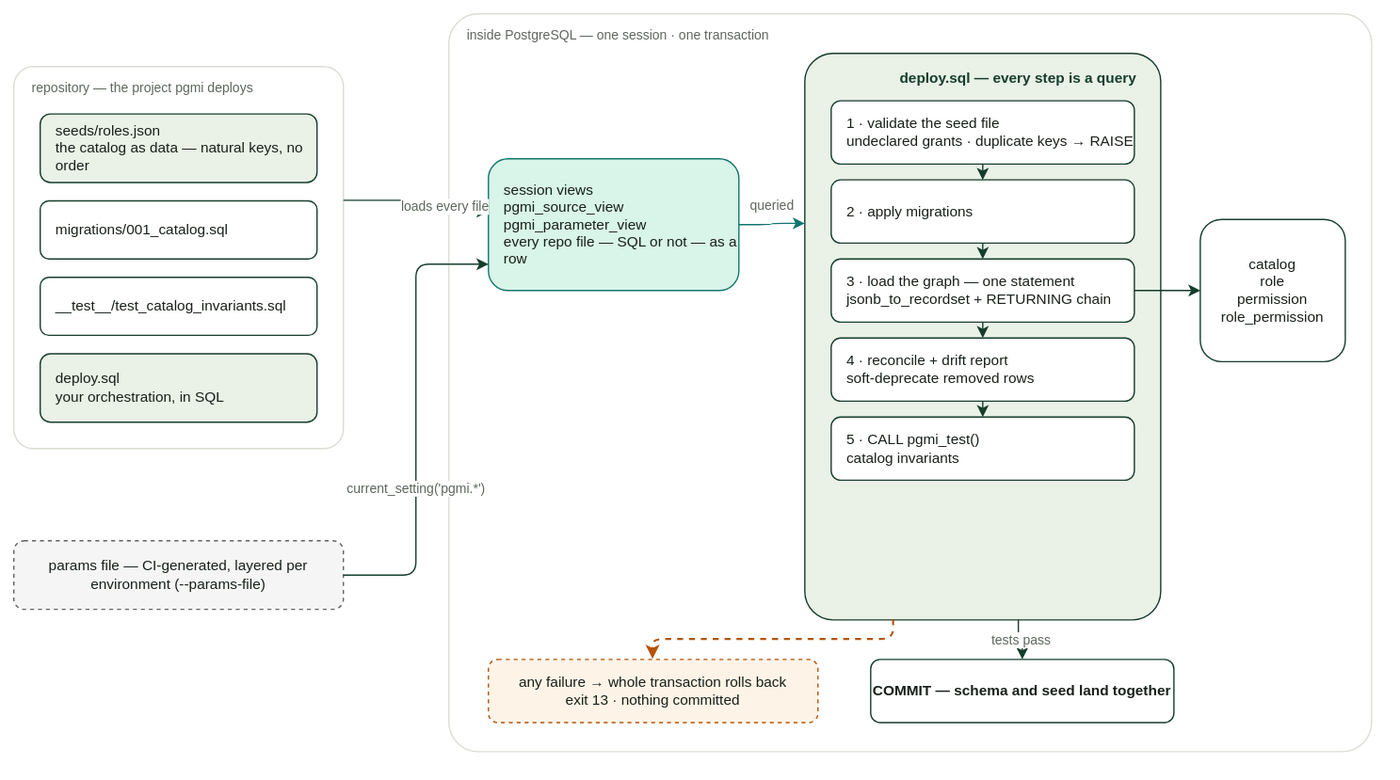
This is docs/diagrams/a02-seed-data-flow.drawio.svg from vvka-141/pgmi, a draw.io export, as it was before one commit. Source tidied: cells renumbered, new cells last; positions are measured from the earlier drawing's top-left corner, leaving out a move shared by most shapes.
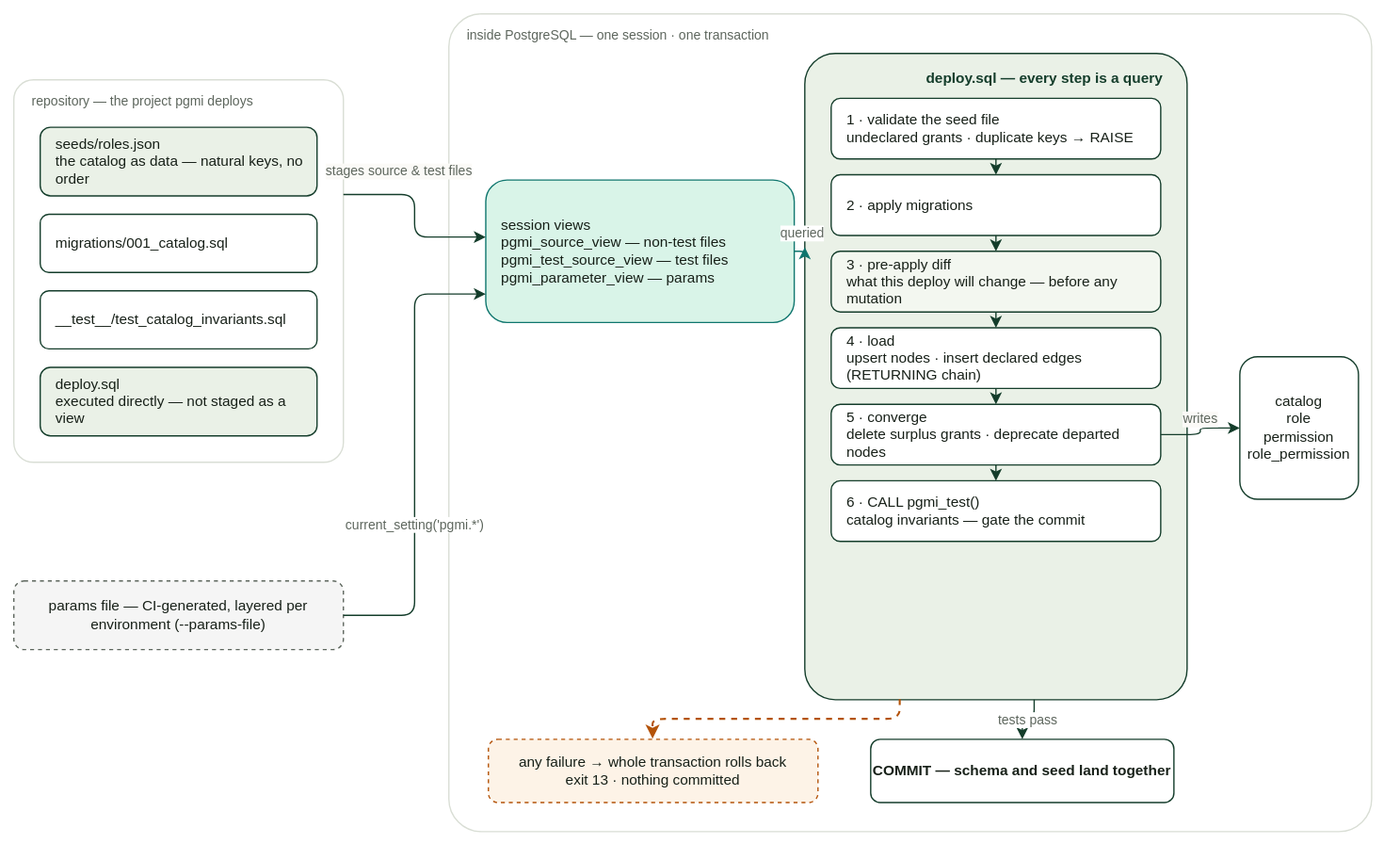
Later version of the same file.

The edit, as a diff of the source:
```diff
@@ -3,58 +3,61 @@
     <mxCell id="0" />
     <mxCell id="1" parent="0" />
     <mxCell id="2" value="repository — the project pgmi deploys" style="rounded=1;arcSize=6;whiteSpace=wrap;html=1;fillColor=none;strokeColor=#d9ded5;verticalAlign=top;align=left;spacingLeft=12;spacingTop=4;fontColor=#5d665d;fontSize=10;" parent="1" vertex="1">
-      <mxGeometry y="40" width="250" height="290" as="geometry" />
+      <mxGeometry y="50" width="250" height="290" as="geometry" />
     </mxCell>
     <mxCell id="3" value="seeds/roles.json&#10;the catalog as data — natural keys, no order" style="rounded=1;whiteSpace=wrap;html=1;fillColor=#eaf1e7;strokeColor=#143d2b;fontColor=#172018;fontSize=11;align=left;spacingLeft=10;" parent="1" vertex="1">
-      <mxGeometry x="20" y="76" width="210" height="52" as="geometry" />
+      <mxGeometry x="20" y="86" width="210" height="52" as="geometry" />
     </mxCell>
     <mxCell id="4" value="migrations/001_catalog.sql" style="rounded=1;whiteSpace=wrap;html=1;fillColor=#ffffff;strokeColor=#143d2b;fontColor=#172018;fontSize=11;align=left;spacingLeft=10;" parent="1" vertex="1">
-      <mxGeometry x="20" y="142" width="210" height="44" as="geometry" />
+      <mxGeometry x="20" y="152" width="210" height="44" as="geometry" />
     </mxCell>
     <mxCell id="5" value="__test__/test_catalog_invariants.sql" style="rounded=1;whiteSpace=wrap;html=1;fillColor=#ffffff;strokeColor=#143d2b;fontColor=#172018;fontSize=11;align=left;spacingLeft=10;" parent="1" vertex="1">
-      <mxGeometry x="20" y="200" width="210" height="44" as="geometry" />
+      <mxGeometry x="20" y="210" width="210" height="44" as="geometry" />
     </mxCell>
-    <mxCell id="6" value="deploy.sql&#10;your orchestration, in SQL" style="rounded=1;whiteSpace=wrap;html=1;fillColor=#eaf1e7;strokeColor=#143d2b;fontColor=#172018;fontSize=11;align=left;spacingLeft=10;" parent="1" vertex="1">
-      <mxGeometry x="20" y="258" width="210" height="52" as="geometry" />
+    <mxCell id="6" value="deploy.sql&#10;executed directly — not staged as a view" style="rounded=1;whiteSpace=wrap;html=1;fillColor=#eaf1e7;strokeColor=#143d2b;fontColor=#172018;fontSize=11;align=left;spacingLeft=10;" parent="1" vertex="1">
+      <mxGeometry x="20" y="268" width="210" height="52" as="geometry" />
     </mxCell>
     <mxCell id="7" value="params file — CI-generated, layered per environment (--params-file)" style="rounded=1;whiteSpace=wrap;html=1;fillColor=#f5f5f5;strokeColor=#5d665d;dashed=1;fontColor=#172018;fontSize=11;" parent="1" vertex="1">
-      <mxGeometry y="400" width="250" height="52" as="geometry" />
+      <mxGeometry y="430" width="250" height="52" as="geometry" />
     </mxCell>
     <mxCell id="8" value="inside PostgreSQL — one session · one transaction" style="rounded=1;arcSize=4;whiteSpace=wrap;html=1;fillColor=none;strokeColor=#d9ded5;verticalAlign=top;align=left;spacingLeft=12;spacingTop=4;fontColor=#5d665d;fontSize=10;" parent="1" vertex="1">
-      <mxGeometry x="330" width="700" height="560" as="geometry" />
+      <mxGeometry x="330" width="700" height="620" as="geometry" />
     </mxCell>
-    <mxCell id="9" value="session views&#10;pgmi_source_view&#10;pgmi_parameter_view&#10;every repo file — SQL or not — as a row" style="rounded=1;whiteSpace=wrap;html=1;fillColor=#d9f4e8;strokeColor=#0f766e;fontColor=#172018;fontSize=11;align=left;spacingLeft=10;" parent="1" vertex="1">
-      <mxGeometry x="360" y="110" width="190" height="100" as="geometry" />
+    <mxCell id="9" value="session views&#10;pgmi_source_view — non-test files&#10;pgmi_test_source_view — test files&#10;pgmi_parameter_view — params" style="rounded=1;whiteSpace=wrap;html=1;fillColor=#d9f4e8;strokeColor=#0f766e;fontColor=#172018;fontSize=11;align=left;spacingLeft=10;" parent="1" vertex="1">
+      <mxGeometry x="358" y="126" width="234" height="108" as="geometry" />
     </mxCell>
     <mxCell id="10" value="deploy.sql — every step is a query  " style="rounded=1;arcSize=8;whiteSpace=wrap;html=1;fillColor=#eaf1e7;strokeColor=#143d2b;verticalAlign=top;align=right;spacingRight=10;spacingTop=6;fontColor=#143d2b;fontSize=11;fontStyle=1;" parent="1" vertex="1">
-      <mxGeometry x="600" y="30" width="270" height="430" as="geometry" />
+      <mxGeometry x="600" y="30" width="290" height="490" as="geometry" />
     </mxCell>
     <mxCell id="11" value="1 · validate the seed file&#10;undeclared grants · duplicate keys → RAISE" style="rounded=1;whiteSpace=wrap;html=1;fillColor=#ffffff;strokeColor=#143d2b;fontColor=#172018;fontSize=11;align=left;spacingLeft=10;" parent="1" vertex="1">
-      <mxGeometry x="620" y="66" width="230" height="48" as="geometry" />
+      <mxGeometry x="620" y="64" width="250" height="46" as="geometry" />
     </mxCell>
     <mxCell id="12" value="2 · apply migrations" style="rounded=1;whiteSpace=wrap;html=1;fillColor=#ffffff;strokeColor=#143d2b;fontColor=#172018;fontSize=11;align=left;spacingLeft=10;" parent="1" vertex="1">
-      <mxGeometry x="620" y="126" width="230" height="48" as="geometry" />
+      <mxGeometry x="620" y="122" width="250" height="46" as="geometry" />
     </mxCell>
-    <mxCell id="13" value="3 · load the graph — one statement&#10;jsonb_to_recordset + RETURNING chain" style="rounded=1;whiteSpace=wrap;html=1;fillColor=#ffffff;strokeColor=#143d2b;fontColor=#172018;fontSize=11;align=left;spacingLeft=10;" parent="1" vertex="1">
-      <mxGeometry x="620" y="186" width="230" height="48" as="geometry" />
+    <mxCell id="13" value="3 · pre-apply diff&#10;what this deploy will change — before any mutation" style="rounded=1;whiteSpace=wrap;html=1;fillColor=#f3f7f0;strokeColor=#143d2b;fontColor=#172018;fontSize=11;align=left;spacingLeft=10;" parent="1" vertex="1">
+      <mxGeometry x="620" y="180" width="250" height="46" as="geometry" />
     </mxCell>
-    <mxCell id="14" value="4 · reconcile + drift report&#10;soft-deprecate removed rows" style="rounded=1;whiteSpace=wrap;html=1;fillColor=#ffffff;strokeColor=#143d2b;fontColor=#172018;fontSize=11;align=left;spacingLeft=10;" parent="1" vertex="1">
-      <mxGeometry x="620" y="246" width="230" height="48" as="geometry" />
+    <mxCell id="14" value="4 · load&#10;upsert nodes · insert declared edges (RETURNING chain)" style="rounded=1;whiteSpace=wrap;html=1;fillColor=#ffffff;strokeColor=#143d2b;fontColor=#172018;fontSize=11;align=left;spacingLeft=10;" parent="1" vertex="1">
+      <mxGeometry x="620" y="238" width="250" height="46" as="geometry" />
     </mxCell>
-    <mxCell id="15" value="5 · CALL pgmi_test()&#10;catalog invariants" style="rounded=1;whiteSpace=wrap;html=1;fillColor=#ffffff;strokeColor=#143d2b;fontColor=#172018;fontSize=11;align=left;spacingLeft=10;" parent="1" vertex="1">
-      <mxGeometry x="620" y="306" width="230" height="48" as="geometry" />
+    <mxCell id="15" value="5 · converge&#10;delete surplus grants · deprecate departed nodes" style="rounded=1;whiteSpace=wrap;html=1;fillColor=#ffffff;strokeColor=#143d2b;fontColor=#172018;fontSize=11;align=left;spacingLeft=10;" parent="1" vertex="1">
+      <mxGeometry x="620" y="296" width="250" height="46" as="geometry" />
     </mxCell>
+    <mxCell id="29" value="6 · CALL pgmi_test()&#10;catalog invariants — gate the commit" style="rounded=1;whiteSpace=wrap;html=1;fillColor=#ffffff;strokeColor=#143d2b;fontColor=#172018;fontSize=11;align=left;spacingLeft=10;" parent="1" vertex="1">
+      <mxGeometry x="620" y="354" width="250" height="46" as="geometry" />
+    </mxCell>
     <mxCell id="16" value="catalog&#10;role&#10;permission&#10;role_permission" style="rounded=1;whiteSpace=wrap;html=1;fillColor=#ffffff;strokeColor=#143d2b;fontColor=#172018;fontSize=11;" parent="1" vertex="1">
-      <mxGeometry x="900" y="156" width="110" height="108" as="geometry" />
+      <mxGeometry x="930" y="260" width="90" height="108" as="geometry" />
     </mxCell>
     <mxCell id="17" value="COMMIT — schema and seed land together" style="rounded=1;whiteSpace=wrap;html=1;fillColor=#ffffff;strokeColor=#143d2b;fontColor=#172018;fontSize=11;fontStyle=1;" parent="1" vertex="1">
-      <mxGeometry x="650" y="490" width="230" height="48" as="geometry" />
+      <mxGeometry x="650" y="550" width="230" height="48" as="geometry" />
     </mxCell>
     <mxCell id="18" value="any failure → whole transaction rolls back&#10;exit 13 · nothing committed" style="rounded=1;whiteSpace=wrap;html=1;fillColor=#fdf3e7;strokeColor=#b45309;dashed=1;fontColor=#172018;fontSize=11;" parent="1" vertex="1">
-      <mxGeometry x="360" y="490" width="250" height="48" as="geometry" />
+      <mxGeometry x="360" y="550" width="250" height="48" as="geometry" />
     </mxCell>
-    <mxCell id="19" value="loads every file" style="edgeStyle=orthogonalEdgeStyle;rounded=1;html=1;strokeColor=#143d2b;fontColor=#5d665d;fontSize=10;exitX=1;exitY=0.35;entryX=0;entryY=0.4;" parent="1" edge="1" source="2" target="9">
-      <mxGeometry y="22" relative="1" as="geometry" />
+    <mxCell id="19" value="stages source &amp; test files" style="edgeStyle=orthogonalEdgeStyle;rounded=1;html=1;strokeColor=#143d2b;fontColor=#5d665d;fontSize=10;exitX=1;exitY=0.3;entryX=0;entryY=0.4;labelBackgroundColor=#fbfaf7;" parent="1" edge="1" source="2" target="9">
+      <mxGeometry x="-0.4" y="18" relative="1" as="geometry" />
     </mxCell>
     <mxCell id="20" value="current_setting('pgmi.*')" style="edgeStyle=orthogonalEdgeStyle;rounded=1;html=1;strokeColor=#143d2b;fontColor=#5d665d;fontSize=10;exitX=1;exitY=0.5;entryX=0;entryY=0.8;" parent="1" edge="1" source="7" target="9">
       <mxGeometry x="-0.3" relative="1" as="geometry" />
@@ -74,7 +77,10 @@
     <mxCell id="25" style="edgeStyle=orthogonalEdgeStyle;rounded=1;html=1;strokeColor=#143d2b;exitX=0.5;exitY=1;entryX=0.5;entryY=0;" parent="1" edge="1" source="14" target="15">
       <mxGeometry relative="1" as="geometry" />
     </mxCell>
+    <mxCell id="30" style="edgeStyle=orthogonalEdgeStyle;rounded=1;html=1;strokeColor=#143d2b;exitX=0.5;exitY=1;entryX=0.5;entryY=0;" parent="1" edge="1" source="15" target="29">
+      <mxGeometry relative="1" as="geometry" />
+    </mxCell>
-    <mxCell id="26" style="edgeStyle=orthogonalEdgeStyle;rounded=1;html=1;strokeColor=#143d2b;fontColor=#5d665d;fontSize=10;exitX=1;exitY=0.5;entryX=0;entryY=0.5;" parent="1" edge="1" source="13" target="16">
+    <mxCell id="26" value="writes" style="edgeStyle=orthogonalEdgeStyle;rounded=1;html=1;strokeColor=#143d2b;fontColor=#5d665d;fontSize=10;exitX=1;exitY=0.5;entryX=0;entryY=0.5;verticalAlign=bottom;labelBackgroundColor=#fbfaf7;" parent="1" edge="1" source="15" target="16">
       <mxGeometry relative="1" as="geometry" />
     </mxCell>
     <mxCell id="27" value="tests pass" style="edgeStyle=orthogonalEdgeStyle;rounded=1;html=1;strokeColor=#143d2b;fontColor=#5d665d;fontSize=10;exitX=0.6;exitY=1;entryX=0.5;entryY=0;" parent="1" edge="1" source="10" target="17">
```
